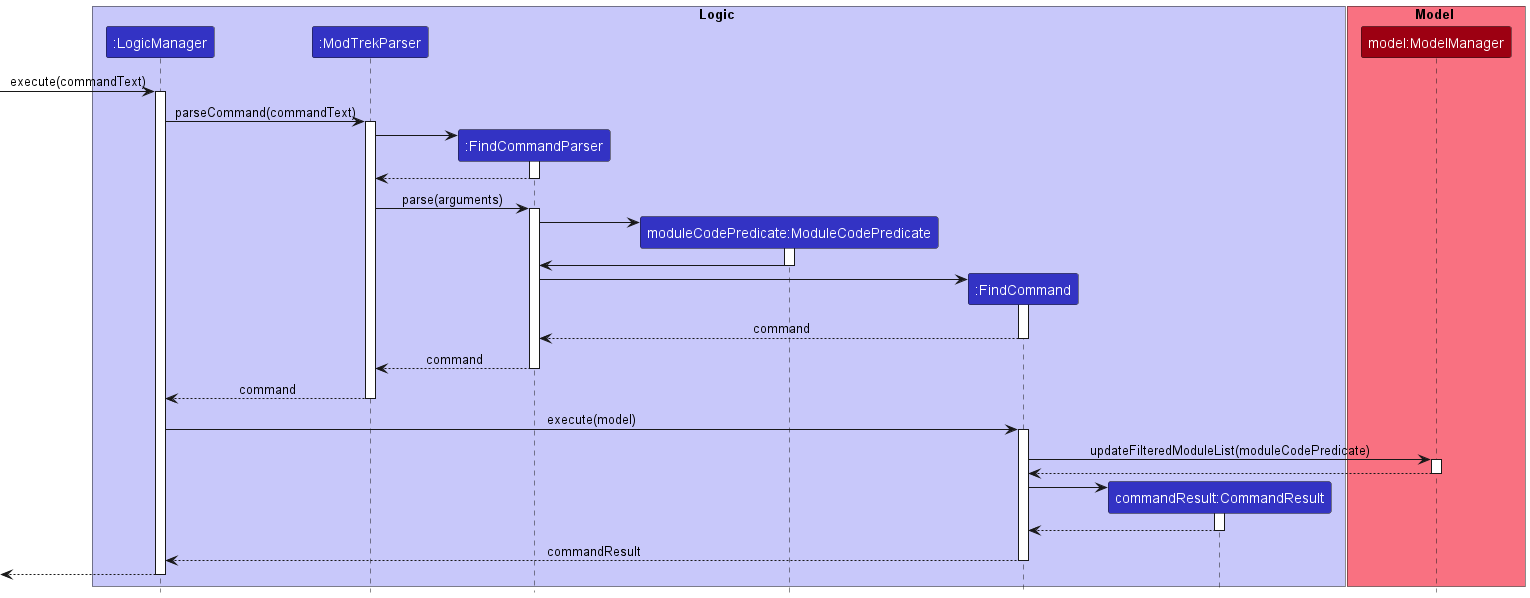
Before: docs/images/FindSequenceDiagram.png, a diagram exported from PlantUML (nus-cs2103-AY2223S2/tp).
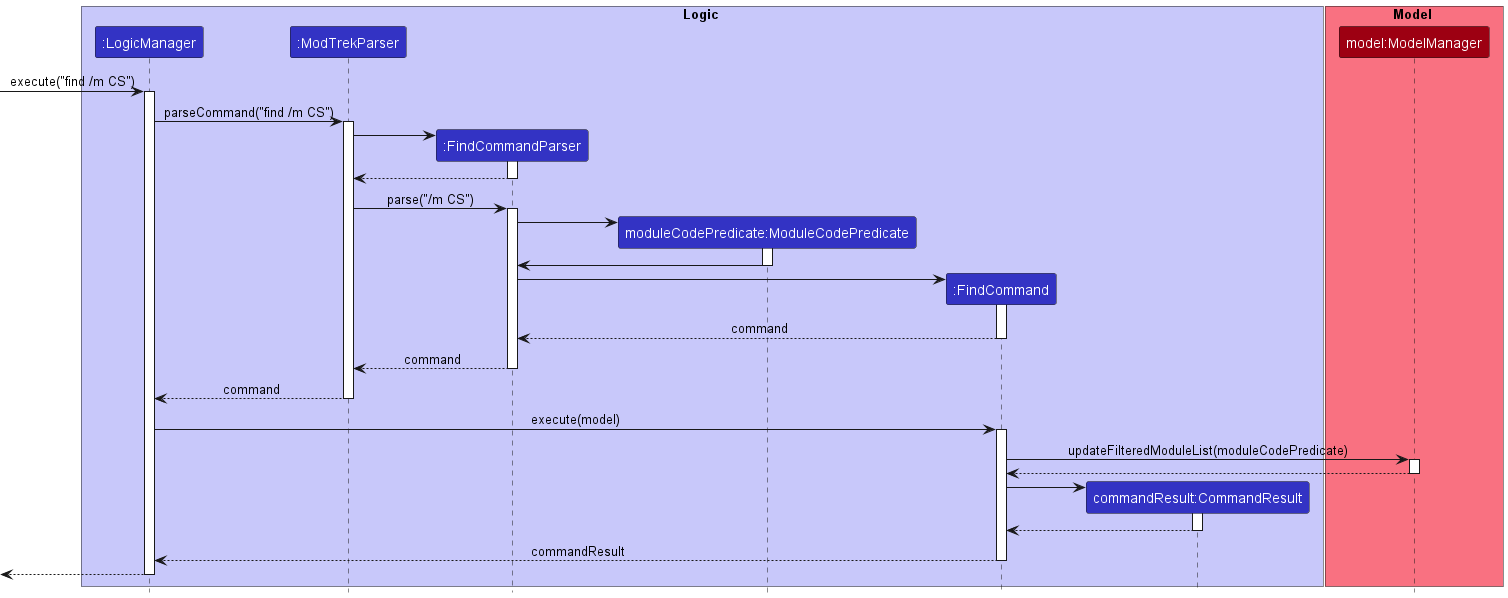
Above is the later version.

Commit message:
Update DG with find diagrams

What changed in the source:
```diff
@@ -14,10 +14,10 @@
 participant "model:ModelManager" as Model MODEL_COLOR
 end box
 
-[-> LogicManager : execute(commandText)
+[-> LogicManager : execute("find /m CS")
 activate LogicManager
 
-LogicManager -> ModTrekParser : parseCommand(commandText)
+LogicManager -> ModTrekParser : parseCommand("find /m CS")
 activate ModTrekParser
 
 create FindCommandParser
@@ -27,7 +27,7 @@
 FindCommandParser --> ModTrekParser
 deactivate FindCommandParser
 
-ModTrekParser -> FindCommandParser : parse(arguments)
+ModTrekParser -> FindCommandParser : parse("/m CS")
 activate FindCommandParser
 
 create ModuleCodePredicate
```
